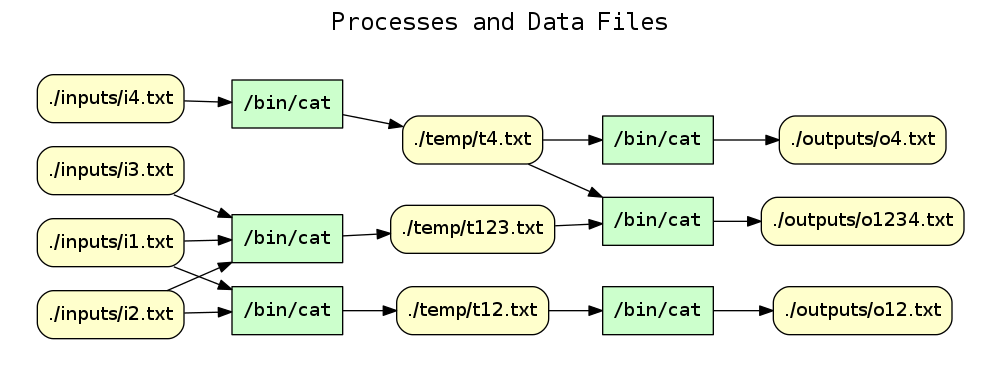
Before: examples/08-branched-pipeline/graphs/wt_processes_and_data_files.png, a diagram exported from Graphviz (CIRSS/cpr). Its source is kept beside it as examples/08-branched-pipeline/graphs/wt_processes_and_data_files.dot.
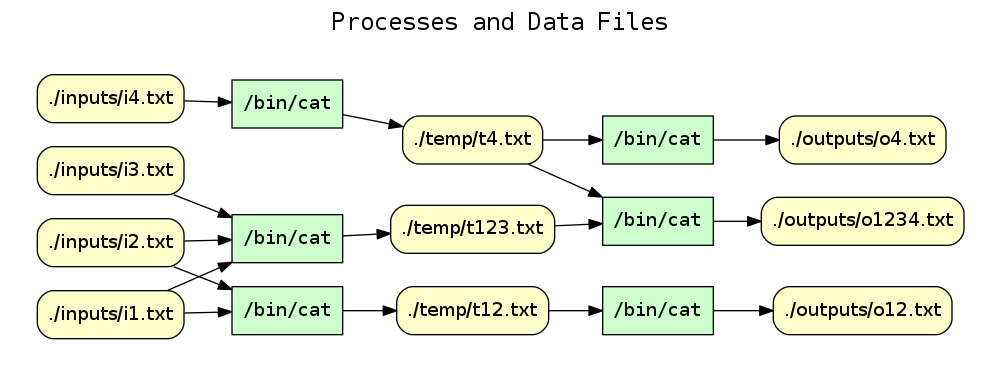
Above is the later version.

What changed in the source:
```diff
@@ -12,16 +12,16 @@
 "exe:e3" [label="/bin/cat"]
 "exe:e2" [label="/bin/cat"]
 node[shape=box style="rounded,filled" fillcolor="#FFFFCC" peripheries=1 fontname=Helvetica]
-"access:i11" [label="./temp/t12.txt"]
-"access:i25" [label="./outputs/o12.txt"]
-"access:i22" [label="./inputs/i3.txt"]
-"access:i19" [label="./inputs/i1.txt"]
-"access:i27" [label="./outputs/o4.txt"]
-"access:i23" [label="./temp/t4.txt"]
-"access:i20" [label="./inputs/i2.txt"]
 "access:i21" [label="./temp/t123.txt"]
 "access:i26" [label="./outputs/o1234.txt"]
 "access:i24" [label="./inputs/i4.txt"]
+"access:i25" [label="./outputs/o12.txt"]
+"access:i22" [label="./inputs/i3.txt"]
+"access:i11" [label="./temp/t12.txt"]
+"access:i20" [label="./inputs/i2.txt"]
+"access:i27" [label="./outputs/o4.txt"]
+"access:i19" [label="./inputs/i1.txt"]
+"access:i23" [label="./temp/t4.txt"]
 "exe:e7" -> "access:i27"
 "exe:e6" -> "access:i26"
 "exe:e5" -> "access:i25"
```
